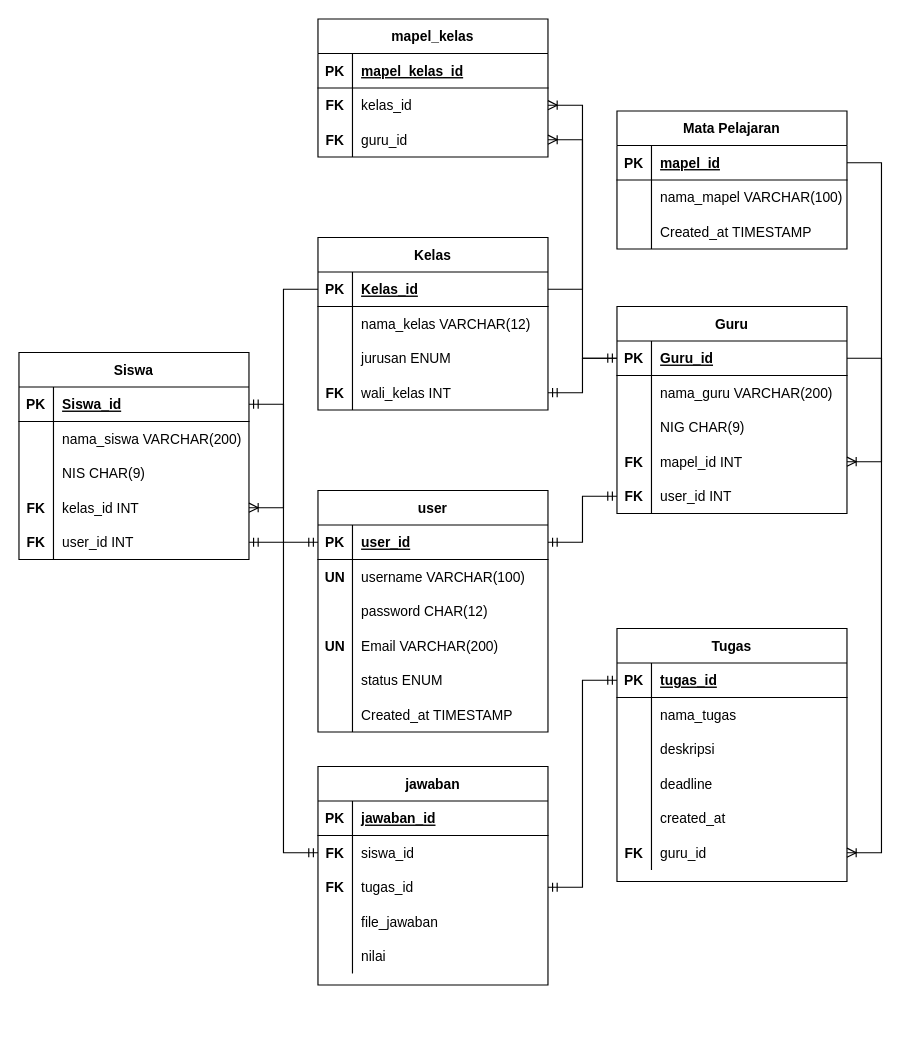
Before: Database/proyek1dbdesign.drawio in DzakiyDzakwan/Tugas-Besar-Promweb, a draw.io diagram. Source tidied: cells renumbered, new cells numbered last; positions are measured from the earlier drawing's top-left corner, leaving out a move shared by most shapes. Both pictures are drawn from the tidied source at 115%, with x=0, y=0 at pixel (18, 18).
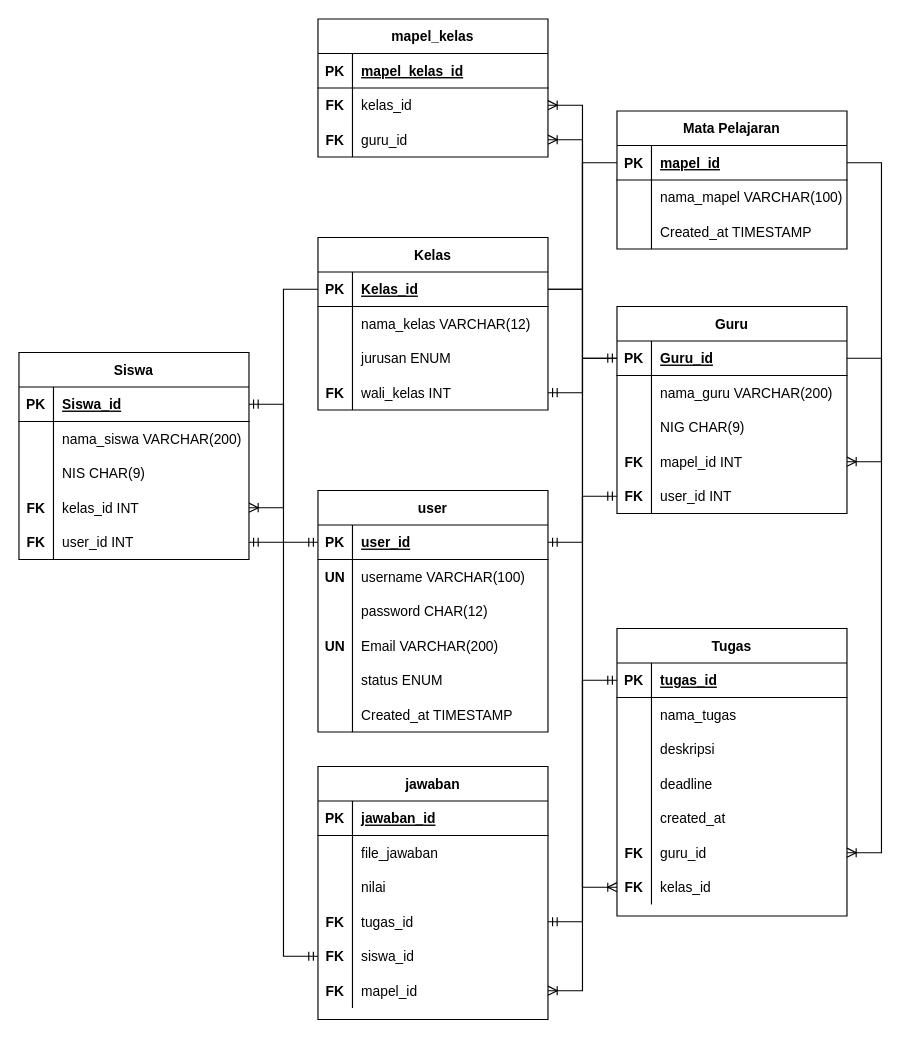
Above is the later version.

Unchanged cells that the change refers to:
```xml
<mxCell id="54" style="shape=partialRectangle;fillColor=none;top=0;left=0;bottom=1;right=0;points=[[0,0.5],[1,0.5]];portConstraint=eastwest;" parent="53" vertex="1">
  <mxGeometry y="30" width="200" height="30" as="geometry" />
</mxCell>
<mxCell id="67" style="shape=partialRectangle;fillColor=none;top=0;left=0;bottom=1;right=0;points=[[0,0.5],[1,0.5]];portConstraint=eastwest;" parent="66" vertex="1">
  <mxGeometry y="30" width="200" height="30" as="geometry" />
</mxCell>
```

Change to the diagram source:
```diff
@@
     <mxCell id="93" value="Tugas" style="shape=table;startSize=30;childLayout=tableLayout;rowLines=0;fontStyle=1;align=center;" parent="1" vertex="1">
-      <mxGeometry x="520" y="530" width="200" height="220" as="geometry" />
+      <mxGeometry x="520" y="530" width="200" height="250" as="geometry" />
     </mxCell>
@@
+    <mxCell id="131" style="shape=partialRectangle;fillColor=none;top=0;left=0;bottom=0;right=0;points=[[0,0.5],[1,0.5]];portConstraint=eastwest;" parent="93" vertex="1">
+      <mxGeometry y="210" width="200" height="30" as="geometry" />
+    </mxCell>
+    <mxCell id="132" value="FK" style="shape=partialRectangle;fillColor=none;top=0;left=0;bottom=0;right=0;overflow=hidden;fontStyle=1;" parent="131" vertex="1">
+      <mxGeometry width="30" height="30" as="geometry" />
+    </mxCell>
+    <mxCell id="133" value="kelas_id" style="shape=partialRectangle;fillColor=none;top=0;left=0;bottom=0;right=0;align=left;spacingLeft=6;overflow=hidden;" parent="131" vertex="1">
+      <mxGeometry x="30" width="170" height="30" as="geometry" />
+    </mxCell>
@@
     <mxCell id="113" value="jawaban" style="shape=table;startSize=30;childLayout=tableLayout;rowLines=0;fontStyle=1;align=center;" parent="1" vertex="1">
-      <mxGeometry x="260" y="650" width="200" height="190" as="geometry" />
+      <mxGeometry x="260" y="650" width="200" height="220" as="geometry" />
     </mxCell>
@@
-    <mxCell id="117" style="shape=partialRectangle;fillColor=none;top=0;left=0;bottom=0;right=0;points=[[0,0.5],[1,0.5]];portConstraint=eastwest;" parent="113" vertex="1">
-      <mxGeometry y="60" width="200" height="30" as="geometry" />
-    </mxCell>
-    <mxCell id="118" value="FK" style="shape=partialRectangle;fillColor=none;top=0;left=0;bottom=0;right=0;overflow=hidden;fontStyle=1;" parent="117" vertex="1">
-      <mxGeometry width="30" height="30" as="geometry" />
-    </mxCell>
-    <mxCell id="119" value="siswa_id" style="shape=partialRectangle;fillColor=none;top=0;left=0;bottom=0;right=0;align=left;spacingLeft=6;overflow=hidden;" parent="117" vertex="1">
-      <mxGeometry x="30" width="170" height="30" as="geometry" />
-    </mxCell>
-    <mxCell id="120" style="shape=partialRectangle;fillColor=none;top=0;left=0;bottom=0;right=0;points=[[0,0.5],[1,0.5]];portConstraint=eastwest;" parent="113" vertex="1">
-      <mxGeometry y="90" width="200" height="30" as="geometry" />
-    </mxCell>
-    <mxCell id="121" value="FK" style="shape=partialRectangle;fillColor=none;top=0;left=0;bottom=0;right=0;overflow=hidden;fontStyle=1;" parent="120" vertex="1">
-      <mxGeometry width="30" height="30" as="geometry" />
-    </mxCell>
-    <mxCell id="122" value="tugas_id" style="shape=partialRectangle;fillColor=none;top=0;left=0;bottom=0;right=0;align=left;spacingLeft=6;overflow=hidden;" parent="120" vertex="1">
-      <mxGeometry x="30" width="170" height="30" as="geometry" />
-    </mxCell>
     <mxCell id="123" style="shape=partialRectangle;fillColor=none;top=0;left=0;bottom=0;right=0;" parent="113" vertex="1">
-      <mxGeometry y="120" width="200" height="30" as="geometry" />
+      <mxGeometry y="60" width="200" height="30" as="geometry" />
     </mxCell>
@@
     <mxCell id="126" style="shape=partialRectangle;fillColor=none;top=0;left=0;bottom=0;right=0;" parent="113" vertex="1">
-      <mxGeometry y="150" width="200" height="30" as="geometry" />
+      <mxGeometry y="90" width="200" height="30" as="geometry" />
     </mxCell>
@@
+    <mxCell id="120" style="shape=partialRectangle;fillColor=none;top=0;left=0;bottom=0;right=0;points=[[0,0.5],[1,0.5]];portConstraint=eastwest;" parent="113" vertex="1">
+      <mxGeometry y="120" width="200" height="30" as="geometry" />
+    </mxCell>
+    <mxCell id="121" value="FK" style="shape=partialRectangle;fillColor=none;top=0;left=0;bottom=0;right=0;overflow=hidden;fontStyle=1;" parent="120" vertex="1">
+      <mxGeometry width="30" height="30" as="geometry" />
+    </mxCell>
+    <mxCell id="122" value="tugas_id" style="shape=partialRectangle;fillColor=none;top=0;left=0;bottom=0;right=0;align=left;spacingLeft=6;overflow=hidden;" parent="120" vertex="1">
+      <mxGeometry x="30" width="170" height="30" as="geometry" />
+    </mxCell>
+    <mxCell id="117" style="shape=partialRectangle;fillColor=none;top=0;left=0;bottom=0;right=0;points=[[0,0.5],[1,0.5]];portConstraint=eastwest;" parent="113" vertex="1">
+      <mxGeometry y="150" width="200" height="30" as="geometry" />
+    </mxCell>
+    <mxCell id="118" value="FK" style="shape=partialRectangle;fillColor=none;top=0;left=0;bottom=0;right=0;overflow=hidden;fontStyle=1;" parent="117" vertex="1">
+      <mxGeometry width="30" height="30" as="geometry" />
+    </mxCell>
+    <mxCell id="119" value="siswa_id" style="shape=partialRectangle;fillColor=none;top=0;left=0;bottom=0;right=0;align=left;spacingLeft=6;overflow=hidden;" parent="117" vertex="1">
+      <mxGeometry x="30" width="170" height="30" as="geometry" />
+    </mxCell>
+    <mxCell id="134" style="shape=partialRectangle;fillColor=none;top=0;left=0;bottom=0;right=0;points=[[0,0.5],[1,0.5]];portConstraint=eastwest;" parent="113" vertex="1">
+      <mxGeometry y="180" width="200" height="30" as="geometry" />
+    </mxCell>
+    <mxCell id="135" value="FK" style="shape=partialRectangle;fillColor=none;top=0;left=0;bottom=0;right=0;overflow=hidden;fontStyle=1;" parent="134" vertex="1">
+      <mxGeometry width="30" height="30" as="geometry" />
+    </mxCell>
+    <mxCell id="136" value="mapel_id" style="shape=partialRectangle;fillColor=none;top=0;left=0;bottom=0;right=0;align=left;spacingLeft=6;overflow=hidden;" parent="134" vertex="1">
+      <mxGeometry x="30" width="170" height="30" as="geometry" />
+    </mxCell>
@@
+    <mxCell id="137" style="edgeStyle=entityRelationEdgeStyle;fontSize=12;html=1;endArrow=ERoneToMany;rounded=0;exitX=1;exitY=0.5;exitDx=0;exitDy=0;entryX=0;entryY=0.5;entryDx=0;entryDy=0;" parent="1" edge="1" source="54" target="131">
+      <mxGeometry relative="1" as="geometry" />
+    </mxCell>
+    <mxCell id="138" style="edgeStyle=entityRelationEdgeStyle;fontSize=12;html=1;endArrow=ERoneToMany;rounded=0;exitX=0;exitY=0.5;exitDx=0;exitDy=0;entryX=1;entryY=0.5;entryDx=0;entryDy=0;" parent="1" edge="1" source="67" target="134">
+      <mxGeometry relative="1" as="geometry" />
+    </mxCell>
```
